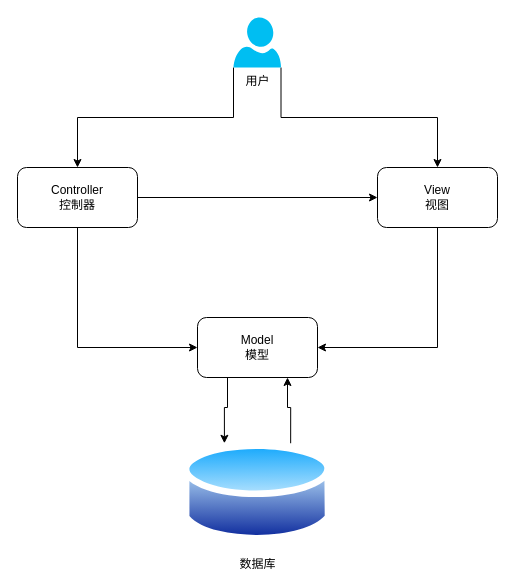
The draw.io diagram project structure.drawio in wupei-w/diagrams, before the edit. Source tidied: cells renumbered, new cells numbered last; positions are measured from the earlier drawing's top-left corner, leaving out a move shared by most shapes. Both pictures are drawn from the tidied source at 100%, with x=0, y=0 at pixel (17, 17).
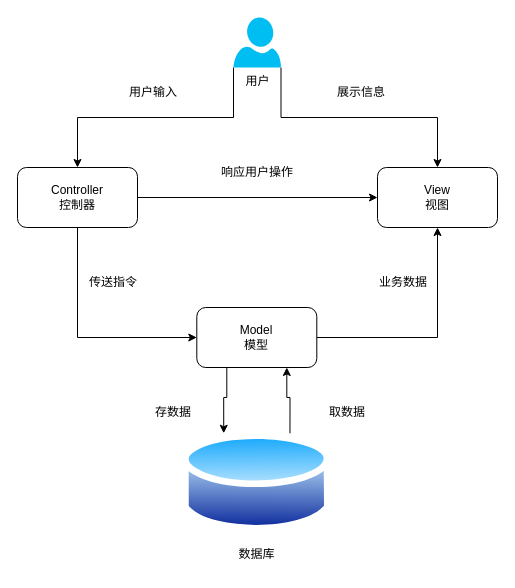
Above is the later version.

The change refers to these unchanged cells:
```xml
<mxCell id="9" value="View&lt;br&gt;视图" style="rounded=1;whiteSpace=wrap;html=1;" parent="1" vertex="1">
  <mxGeometry x="360" y="150" width="120" height="60" as="geometry" />
</mxCell>
```

What changed in the source:
```diff
@@
-    <mxCell id="8" style="edgeStyle=orthogonalEdgeStyle;rounded=0;jettySize=auto;html=1;exitX=0.5;exitY=1;exitDx=0;exitDy=0;entryX=1;entryY=0.5;entryDx=0;entryDy=0;" parent="1" edge="1" source="9" target="11">
-      <mxGeometry relative="1" as="geometry" />
-    </mxCell>
@@
+    <mxCell id="14" style="edgeStyle=orthogonalEdgeStyle;rounded=0;jettySize=auto;html=1;exitX=1;exitY=0.5;exitDx=0;exitDy=0;entryX=0.5;entryY=1;entryDx=0;entryDy=0;" parent="1" edge="1" source="11" target="9">
+      <mxGeometry relative="1" as="geometry" />
+    </mxCell>
     <mxCell id="11" value="Model&lt;br&gt;模型" style="rounded=1;whiteSpace=wrap;html=1;" parent="1" vertex="1">
-      <mxGeometry x="180" y="300" width="120" height="60" as="geometry" />
+      <mxGeometry x="179.3" y="290" width="120" height="60" as="geometry" />
     </mxCell>
@@
     <mxCell id="13" value="数据库" style="perimeter=ellipsePerimeter;html=1;align=center;shadow=0;dashed=0;spacingTop=3;image;image=img/lib/active_directory/database.svg;imageBackground=none;" parent="1" vertex="1">
-      <mxGeometry x="165.7" y="420" width="148.7" height="110" as="geometry" />
+      <mxGeometry x="165" y="410" width="148.7" height="110" as="geometry" />
     </mxCell>
+    <mxCell id="15" value="用户输入" style="text;html=1;strokeColor=none;fillColor=none;align=center;verticalAlign=middle;whiteSpace=wrap;rounded=0;opacity=10;" parent="1" vertex="1">
+      <mxGeometry x="106" y="60" width="60" height="30" as="geometry" />
+    </mxCell>
+    <mxCell id="16" value="展示信息" style="text;html=1;strokeColor=none;fillColor=none;align=center;verticalAlign=middle;whiteSpace=wrap;rounded=0;opacity=10;" parent="1" vertex="1">
+      <mxGeometry x="314" y="60" width="60" height="30" as="geometry" />
+    </mxCell>
+    <mxCell id="17" value="响应用户操作" style="text;html=1;strokeColor=none;fillColor=none;align=center;verticalAlign=middle;whiteSpace=wrap;rounded=0;opacity=10;" parent="1" vertex="1">
+      <mxGeometry x="197" y="140" width="86" height="30" as="geometry" />
+    </mxCell>
+    <mxCell id="18" value="传送指令" style="text;html=1;strokeColor=none;fillColor=none;align=center;verticalAlign=middle;whiteSpace=wrap;rounded=0;opacity=10;" parent="1" vertex="1">
+      <mxGeometry x="66" y="250" width="60" height="30" as="geometry" />
+    </mxCell>
+    <mxCell id="19" value="业务数据" style="text;html=1;strokeColor=none;fillColor=none;align=center;verticalAlign=middle;whiteSpace=wrap;rounded=0;opacity=10;" parent="1" vertex="1">
+      <mxGeometry x="356" y="250" width="60" height="30" as="geometry" />
+    </mxCell>
+    <mxCell id="20" value="存数据" style="text;html=1;strokeColor=none;fillColor=none;align=center;verticalAlign=middle;whiteSpace=wrap;rounded=0;opacity=10;" parent="1" vertex="1">
+      <mxGeometry x="126" y="380" width="60" height="30" as="geometry" />
+    </mxCell>
+    <mxCell id="21" value="取数据" style="text;html=1;strokeColor=none;fillColor=none;align=center;verticalAlign=middle;whiteSpace=wrap;rounded=0;opacity=10;" parent="1" vertex="1">
+      <mxGeometry x="300" y="380" width="60" height="30" as="geometry" />
+    </mxCell>
```
